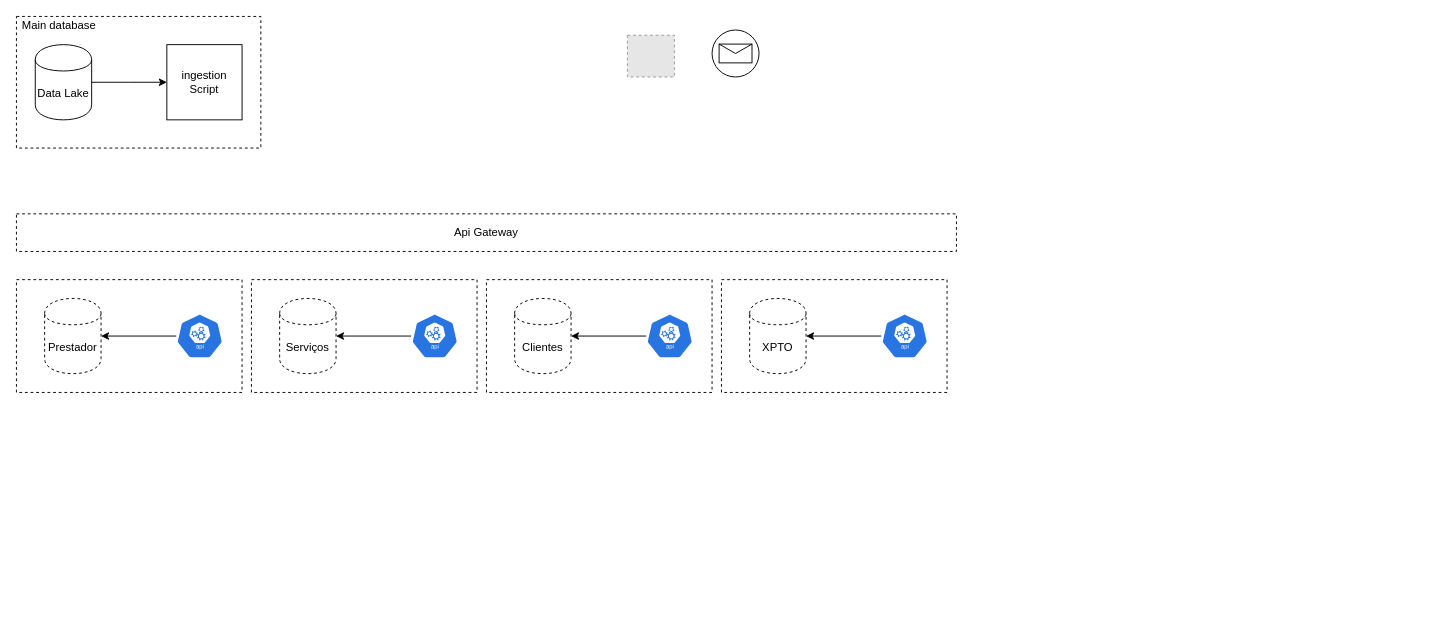
Above: Untitled Diagram.drawio in rodrigoporcionato/DesignPatterns (draw.io), before the change. Source tidied: cells renumbered, new cells numbered last; positions are measured from the earlier drawing's top-left corner, leaving out a move shared by most shapes. Both pictures are drawn from the tidied source at 94%, with x=0, y=0 at pixel (16, 16). Pictures stored in the file or linked from it are replaced by grey dashed boxes.
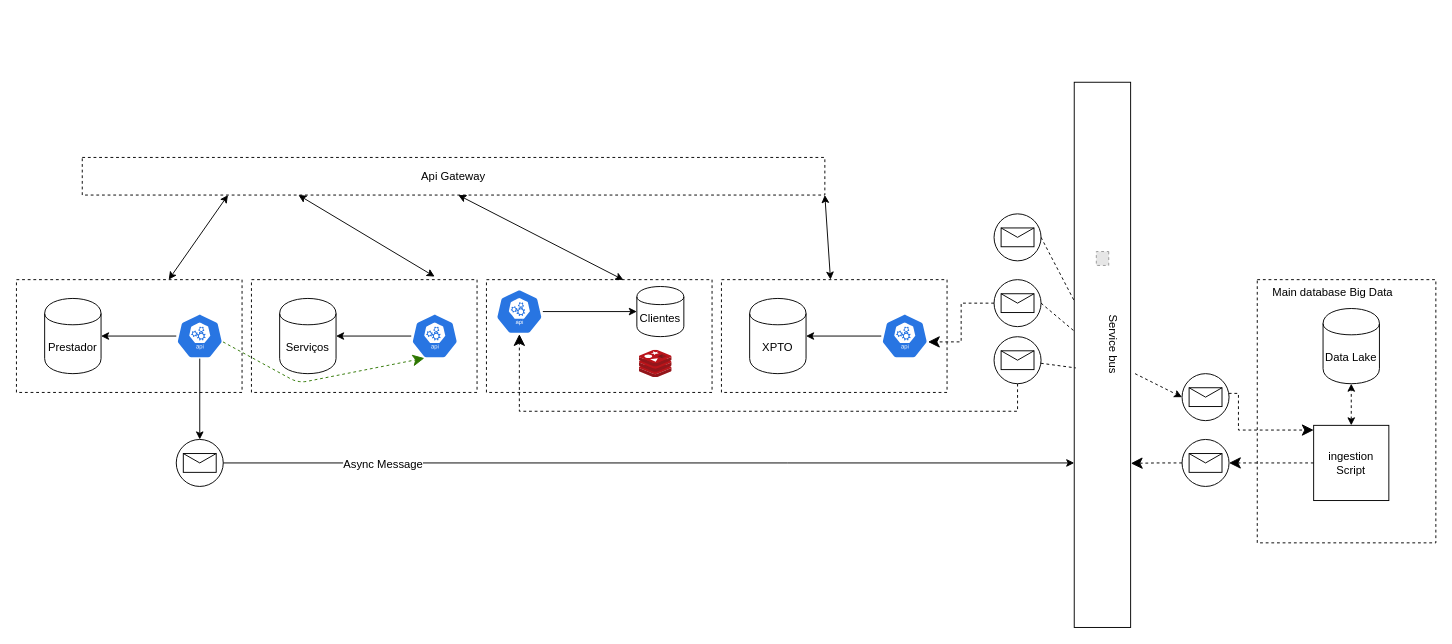
The same diagram, later.

Unchanged cells that the change refers to:
```xml
<mxCell id="2" style="rounded=0;whiteSpace=wrap;html=1;dashed=1;" parent="1" vertex="1">
  <mxGeometry y="280" width="240" height="120" as="geometry" />
</mxCell>
<mxCell id="9" style="html=1;dashed=0;whitespace=wrap;fillColor=#2875E2;strokeColor=#ffffff;points=[[0.005,0.63,0],[0.1,0.2,0],[0.9,0.2,0],[0.5,0,0],[0.995,0.63,0],[0.72,0.99,0],[0.5,1,0],[0.28,0.99,0]];shape=mxgraph.kubernetes.icon;prIcon=api;" parent="1" vertex="1">
  <mxGeometry x="170" y="316" width="50" height="48" as="geometry" />
</mxCell>
<mxCell id="12" style="rounded=0;whiteSpace=wrap;html=1;dashed=1;" parent="1" vertex="1">
  <mxGeometry x="250" y="280" width="240" height="120" as="geometry" />
</mxCell>
<mxCell id="15" style="html=1;dashed=0;whitespace=wrap;fillColor=#2875E2;strokeColor=#ffffff;points=[[0.005,0.63,0],[0.1,0.2,0],[0.9,0.2,0],[0.5,0,0],[0.995,0.63,0],[0.72,0.99,0],[0.5,1,0],[0.28,0.99,0]];shape=mxgraph.kubernetes.icon;prIcon=api;" parent="1" vertex="1">
  <mxGeometry x="420" y="316" width="50" height="48" as="geometry" />
</mxCell>
<mxCell id="16" style="rounded=0;whiteSpace=wrap;html=1;dashed=1;" parent="1" vertex="1">
  <mxGeometry x="500" y="280" width="240" height="120" as="geometry" />
</mxCell>
<mxCell id="20" style="rounded=0;whiteSpace=wrap;html=1;dashed=1;" parent="1" vertex="1">
  <mxGeometry x="750" y="280" width="240" height="120" as="geometry" />
</mxCell>
<mxCell id="23" style="html=1;dashed=0;whitespace=wrap;fillColor=#2875E2;strokeColor=#ffffff;points=[[0.005,0.63,0],[0.1,0.2,0],[0.9,0.2,0],[0.5,0,0],[0.995,0.63,0],[0.72,0.99,0],[0.5,1,0],[0.28,0.99,0]];shape=mxgraph.kubernetes.icon;prIcon=api;" parent="1" vertex="1">
  <mxGeometry x="920" y="316" width="50" height="48" as="geometry" />
</mxCell>
```

Change to the diagram source:
```diff
@@
-<mxGraphModel>
+<mxGraphModel background="#FFFFFF">
@@
+    <mxCell id="3" style="rounded=0;whiteSpace=wrap;html=1;dashed=1;" parent="1" vertex="1">
+      <mxGeometry x="1320" y="280" width="190" height="280" as="geometry" />
+    </mxCell>
@@
-    <mxCell id="3" style="rounded=0;whiteSpace=wrap;html=1;dashed=1;" parent="1" vertex="1">
-      <mxGeometry width="260" height="140" as="geometry" />
-    </mxCell>
-    <mxCell id="4" style="edgeStyle=orthogonalEdgeStyle;rounded=0;jettySize=auto;html=1;" parent="1" edge="1" source="5">
-      <mxGeometry relative="1" as="geometry">
-        <mxPoint x="160" y="70" as="targetPoint" />
-      </mxGeometry>
-    </mxCell>
-    <mxCell id="5" value="Data Lake" style="shape=cylinder;whiteSpace=wrap;html=1;boundedLbl=1;backgroundOutline=1;" parent="1" vertex="1">
-      <mxGeometry x="20" y="30" width="60" height="80" as="geometry" />
-    </mxCell>
-    <mxCell id="6" value="ingestion&lt;br&gt;Script" style="whiteSpace=wrap;html=1;" parent="1" vertex="1">
-      <mxGeometry x="160" y="30" width="80" height="80" as="geometry" />
-    </mxCell>
-    <mxCell id="7" value="Prestador" style="shape=cylinder;whiteSpace=wrap;html=1;boundedLbl=1;backgroundOutline=1;dashed=1;" parent="1" vertex="1">
+    <mxCell id="7" value="Prestador" style="shape=cylinder;whiteSpace=wrap;html=1;boundedLbl=1;backgroundOutline=1;" parent="1" vertex="1">
       <mxGeometry x="30" y="300" width="60" height="80" as="geometry" />
     </mxCell>
@@
-    <mxCell id="10" value="Main database" style="text;html=1;align=center;verticalAlign=middle;" parent="1" vertex="1">
-      <mxGeometry width="90" height="20" as="geometry" />
-    </mxCell>
     <mxCell id="11" value="Api Gateway" style="rounded=0;whiteSpace=wrap;html=1;dashed=1;" parent="1" vertex="1">
-      <mxGeometry y="210" width="1000" height="40" as="geometry" />
+      <mxGeometry x="70" y="150" width="790" height="40" as="geometry" />
     </mxCell>
@@
-    <mxCell id="13" value="Serviços" style="shape=cylinder;whiteSpace=wrap;html=1;boundedLbl=1;backgroundOutline=1;dashed=1;" parent="1" vertex="1">
+    <mxCell id="13" value="Serviços" style="shape=cylinder;whiteSpace=wrap;html=1;boundedLbl=1;backgroundOutline=1;" parent="1" vertex="1">
       <mxGeometry x="280" y="300" width="60" height="80" as="geometry" />
     </mxCell>
@@
-    <mxCell id="17" value="Clientes" style="shape=cylinder;whiteSpace=wrap;html=1;boundedLbl=1;backgroundOutline=1;dashed=1;" parent="1" vertex="1">
-      <mxGeometry x="530" y="300" width="60" height="80" as="geometry" />
+    <mxCell id="17" value="Clientes" style="shape=cylinder;whiteSpace=wrap;html=1;boundedLbl=1;backgroundOutline=1;" parent="1" vertex="1">
+      <mxGeometry x="660" y="287.3" width="50" height="53.3" as="geometry" />
     </mxCell>
-    <mxCell id="18" style="edgeStyle=orthogonalEdgeStyle;rounded=0;jettySize=auto;html=1;entryX=1;entryY=0.5;entryDx=0;entryDy=0;" parent="1" edge="1" source="19" target="17">
+    <mxCell id="18" style="edgeStyle=orthogonalEdgeStyle;rounded=0;jettySize=auto;html=1;entryX=0;entryY=0.5;entryDx=0;entryDy=0;" parent="1" edge="1" source="19" target="17">
       <mxGeometry relative="1" as="geometry" />
     </mxCell>
     <mxCell id="19" style="html=1;dashed=0;whitespace=wrap;fillColor=#2875E2;strokeColor=#ffffff;points=[[0.005,0.63,0],[0.1,0.2,0],[0.9,0.2,0],[0.5,0,0],[0.995,0.63,0],[0.72,0.99,0],[0.5,1,0],[0.28,0.99,0]];shape=mxgraph.kubernetes.icon;prIcon=api;" parent="1" vertex="1">
-      <mxGeometry x="670" y="316" width="50" height="48" as="geometry" />
+      <mxGeometry x="510" y="290" width="50" height="48" as="geometry" />
     </mxCell>
@@
-    <mxCell id="21" value="XPTO" style="shape=cylinder;whiteSpace=wrap;html=1;boundedLbl=1;backgroundOutline=1;dashed=1;" parent="1" vertex="1">
+    <mxCell id="21" value="XPTO" style="shape=cylinder;whiteSpace=wrap;html=1;boundedLbl=1;backgroundOutline=1;" parent="1" vertex="1">
       <mxGeometry x="780" y="300" width="60" height="80" as="geometry" />
     </mxCell>
@@
-    <mxCell id="24" style="shape=mxgraph.bpmn.shape;html=1;verticalLabelPosition=bottom;labelBackgroundColor=#ffffff;verticalAlign=top;align=center;perimeter=ellipsePerimeter;outline=standard;symbol=message;fillColor=#ffffff;" parent="1" vertex="1">
-      <mxGeometry x="740" y="14.4" width="50" height="50" as="geometry" />
-    </mxCell>
-    <mxCell id="25" style="fillColor=#E6E6E6;strokeColor=#999999;dashed=1;verticalLabelPosition=bottom;verticalAlign=top;" parent="1" vertex="1">
-      <mxGeometry x="650" y="20" width="50" height="44.4" as="geometry" />
-    </mxCell>
+    <mxCell id="26" style="endArrow=classic;html=1;exitX=0.5;exitY=1;exitDx=0;exitDy=0;exitPerimeter=0;" parent="1" edge="1" source="9">
+      <mxGeometry relative="1" as="geometry">
+        <mxPoint x="195" y="450" as="targetPoint" />
+      </mxGeometry>
+    </mxCell>
+    <mxCell id="27" style="edgeStyle=orthogonalEdgeStyle;rounded=0;jettySize=auto;html=1;" parent="1" edge="1" source="29" target="37">
+      <mxGeometry relative="1" as="geometry">
+        <Array as="points">
+          <mxPoint x="820" y="475" />
+          <mxPoint x="820" y="475" />
+        </Array>
+      </mxGeometry>
+    </mxCell>
+    <mxCell id="28" value="Async Message" style="text;html=1;align=center;verticalAlign=middle;labelBackgroundColor=#ffffff;" parent="27" vertex="1">
+      <mxGeometry x="0.5" y="-510" relative="1" as="geometry">
+        <mxPoint x="-510" y="-509" as="offset" />
+      </mxGeometry>
+    </mxCell>
+    <mxCell id="29" style="shape=mxgraph.bpmn.shape;html=1;verticalLabelPosition=bottom;labelBackgroundColor=#ffffff;verticalAlign=top;align=center;perimeter=ellipsePerimeter;outlineConnect=0;outline=standard;symbol=message;" parent="1" vertex="1">
+      <mxGeometry x="170" y="450" width="50" height="50" as="geometry" />
+    </mxCell>
+    <mxCell id="30" style="endArrow=classic;startArrow=classic;html=1;" parent="1" edge="1" source="2">
+      <mxGeometry relative="1" as="geometry">
+        <mxPoint x="225" y="190" as="targetPoint" />
+      </mxGeometry>
+    </mxCell>
+    <mxCell id="31" style="endArrow=classic;startArrow=classic;html=1;exitX=0.812;exitY=-0.027;exitDx=0;exitDy=0;exitPerimeter=0;" parent="1" edge="1" source="12">
+      <mxGeometry relative="1" as="geometry">
+        <mxPoint x="300" y="190" as="targetPoint" />
+      </mxGeometry>
+    </mxCell>
+    <mxCell id="32" style="endArrow=classic;startArrow=classic;html=1;exitX=0.607;exitY=0.002;exitDx=0;exitDy=0;exitPerimeter=0;" parent="1" edge="1" source="16">
+      <mxGeometry relative="1" as="geometry">
+        <mxPoint x="470" y="190" as="targetPoint" />
+      </mxGeometry>
+    </mxCell>
+    <mxCell id="33" style="endArrow=classic;startArrow=classic;html=1;entryX=1;entryY=1;entryDx=0;entryDy=0;" parent="1" edge="1" source="20" target="11">
+      <mxGeometry relative="1" as="geometry" />
+    </mxCell>
+    <mxCell id="34" style="endArrow=classic;html=1;entryX=0.28;entryY=0.99;entryDx=0;entryDy=0;entryPerimeter=0;dashed=1;fillColor=#60a917;strokeColor=#2D7600;endSize=10;startSize=9;jumpSize=12;exitX=0.995;exitY=0.63;exitDx=0;exitDy=0;exitPerimeter=0;" parent="1" edge="1" source="9" target="15">
+      <mxGeometry relative="1" as="geometry">
+        <Array as="points">
+          <mxPoint x="300" y="390" />
+        </Array>
+      </mxGeometry>
+    </mxCell>
+    <mxCell id="35" style="html=1;align=center;image;fontSize=12;image=img/lib/mscae/Cache_Redis_Product.svg;strokeColor=#000000;" parent="1" vertex="1">
+      <mxGeometry x="662.5" y="355" width="35" height="29.4" as="geometry" />
+    </mxCell>
+    <mxCell id="36" style="group;" parent="1" vertex="1">
+      <mxGeometry x="1100" y="70" width="110.5" height="580" as="geometry" />
+    </mxCell>
+    <mxCell id="37" style="rounded=0;whiteSpace=wrap;html=1;strokeColor=#000000;" parent="36" vertex="1">
+      <mxGeometry x="25.3" width="60" height="580" as="geometry" />
+    </mxCell>
+    <mxCell id="38" style="group;rotation=90;" parent="36" vertex="1">
+      <mxGeometry y="247.4" width="110.5" height="51.2" as="geometry" />
+    </mxCell>
+    <mxCell id="39" style="fillColor=#E6E6E6;strokeColor=#999999;dashed=1;verticalLabelPosition=bottom;verticalAlign=top;rotation=90;" parent="38" vertex="1">
+      <mxGeometry x="48" y="-66.5" width="14.8" height="13.2" as="geometry" />
+    </mxCell>
+    <mxCell id="40" value="Service bus" style="text;html=1;rotation=90;" parent="38" vertex="1">
+      <mxGeometry x="10" y="17.1" width="90" height="51.2" as="geometry" />
+    </mxCell>
+    <mxCell id="41" style="endArrow=classic;html=1;dashed=1;entryX=0;entryY=0.5;entryDx=0;entryDy=0;" parent="36" edge="1" target="55">
+      <mxGeometry relative="1" as="geometry">
+        <mxPoint x="90" y="310" as="sourcePoint" />
+      </mxGeometry>
+    </mxCell>
+    <mxCell id="42" style="edgeStyle=orthogonalEdgeStyle;rounded=0;jumpSize=12;jettySize=auto;html=1;dashed=1;startSize=9;endSize=10;entryX=0.5;entryY=1;entryDx=0;entryDy=0;entryPerimeter=0;" parent="1" edge="1" source="43" target="19">
+      <mxGeometry relative="1" as="geometry">
+        <Array as="points">
+          <mxPoint x="1065" y="420" />
+          <mxPoint x="535" y="420" />
+        </Array>
+      </mxGeometry>
+    </mxCell>
+    <mxCell id="43" style="shape=mxgraph.bpmn.shape;html=1;verticalLabelPosition=bottom;labelBackgroundColor=#ffffff;verticalAlign=top;align=center;perimeter=ellipsePerimeter;outlineConnect=0;outline=standard;symbol=message;strokeColor=#000000;" parent="1" vertex="1">
+      <mxGeometry x="1040" y="340.7" width="50" height="50" as="geometry" />
+    </mxCell>
+    <mxCell id="44" style="edgeStyle=orthogonalEdgeStyle;rounded=0;jumpSize=12;jettySize=auto;html=1;dashed=1;startSize=9;endSize=10;entryX=0.995;entryY=0.63;entryDx=0;entryDy=0;entryPerimeter=0;" parent="1" edge="1" source="45" target="23">
+      <mxGeometry relative="1" as="geometry" />
+    </mxCell>
+    <mxCell id="45" style="shape=mxgraph.bpmn.shape;html=1;verticalLabelPosition=bottom;labelBackgroundColor=#ffffff;verticalAlign=top;align=center;perimeter=ellipsePerimeter;outlineConnect=0;outline=standard;symbol=message;strokeColor=#000000;" parent="1" vertex="1">
+      <mxGeometry x="1040" y="280" width="50" height="50" as="geometry" />
+    </mxCell>
+    <mxCell id="46" style="shape=mxgraph.bpmn.shape;html=1;verticalLabelPosition=bottom;labelBackgroundColor=#ffffff;verticalAlign=top;align=center;perimeter=ellipsePerimeter;outlineConnect=0;outline=standard;symbol=message;strokeColor=#000000;" parent="1" vertex="1">
+      <mxGeometry x="1040" y="210" width="50" height="50" as="geometry" />
+    </mxCell>
+    <mxCell id="47" style="endArrow=none;dashed=1;html=1;exitX=1;exitY=0.5;exitDx=0;exitDy=0;" parent="1" edge="1" source="45" target="37">
+      <mxGeometry relative="1" as="geometry" />
+    </mxCell>
+    <mxCell id="48" style="endArrow=none;dashed=1;html=1;exitX=1;exitY=0.5;exitDx=0;exitDy=0;" parent="1" edge="1" source="46" target="37">
+      <mxGeometry relative="1" as="geometry" />
+    </mxCell>
+    <mxCell id="49" style="endArrow=none;dashed=1;html=1;entryX=0.028;entryY=0.524;entryDx=0;entryDy=0;entryPerimeter=0;" parent="1" edge="1" source="43" target="37">
+      <mxGeometry relative="1" as="geometry" />
+    </mxCell>
+    <mxCell id="5" value="Data Lake" style="shape=cylinder;whiteSpace=wrap;html=1;boundedLbl=1;backgroundOutline=1;" parent="1" vertex="1">
+      <mxGeometry x="1390" y="310.7" width="60" height="80" as="geometry" />
+    </mxCell>
+    <mxCell id="6" value="ingestion&lt;br&gt;Script" style="whiteSpace=wrap;html=1;" parent="1" vertex="1">
+      <mxGeometry x="1380" y="435" width="80" height="80" as="geometry" />
+    </mxCell>
+    <mxCell id="10" value="Main database Big Data" style="text;html=1;align=center;verticalAlign=middle;" parent="1" vertex="1">
+      <mxGeometry x="1330" y="284.4" width="140" height="20" as="geometry" />
+    </mxCell>
+    <mxCell id="50" style="endArrow=classic;startArrow=classic;html=1;dashed=1;exitX=0.5;exitY=0;exitDx=0;exitDy=0;entryX=0.5;entryY=1;entryDx=0;entryDy=0;" parent="1" edge="1" source="6" target="5">
+      <mxGeometry relative="1" as="geometry" />
+    </mxCell>
+    <mxCell id="51" style="edgeStyle=orthogonalEdgeStyle;rounded=0;jumpSize=12;jettySize=auto;html=1;dashed=1;startSize=9;endSize=10;entryX=1.004;entryY=0.699;entryDx=0;entryDy=0;entryPerimeter=0;" parent="1" edge="1" source="52" target="37">
+      <mxGeometry relative="1" as="geometry" />
+    </mxCell>
+    <mxCell id="52" style="shape=mxgraph.bpmn.shape;html=1;verticalLabelPosition=bottom;labelBackgroundColor=#ffffff;verticalAlign=top;align=center;perimeter=ellipsePerimeter;outlineConnect=0;outline=standard;symbol=message;strokeColor=#000000;" parent="1" vertex="1">
+      <mxGeometry x="1240" y="450" width="50" height="50" as="geometry" />
+    </mxCell>
+    <mxCell id="53" style="edgeStyle=orthogonalEdgeStyle;rounded=0;jumpSize=12;jettySize=auto;html=1;dashed=1;startSize=9;endSize=10;" parent="1" edge="1" source="6" target="52">
+      <mxGeometry relative="1" as="geometry" />
+    </mxCell>
+    <mxCell id="54" style="edgeStyle=orthogonalEdgeStyle;rounded=0;jumpSize=12;jettySize=auto;html=1;dashed=1;startSize=9;endSize=10;" parent="1" edge="1" source="55" target="6">
+      <mxGeometry relative="1" as="geometry">
+        <Array as="points">
+          <mxPoint x="1300" y="401" />
+          <mxPoint x="1300" y="440" />
+        </Array>
+      </mxGeometry>
+    </mxCell>
+    <mxCell id="55" style="shape=mxgraph.bpmn.shape;html=1;verticalLabelPosition=bottom;labelBackgroundColor=#ffffff;verticalAlign=top;align=center;perimeter=ellipsePerimeter;outlineConnect=0;outline=standard;symbol=message;strokeColor=#000000;" parent="1" vertex="1">
+      <mxGeometry x="1240" y="380" width="50" height="50" as="geometry" />
+    </mxCell>
```
